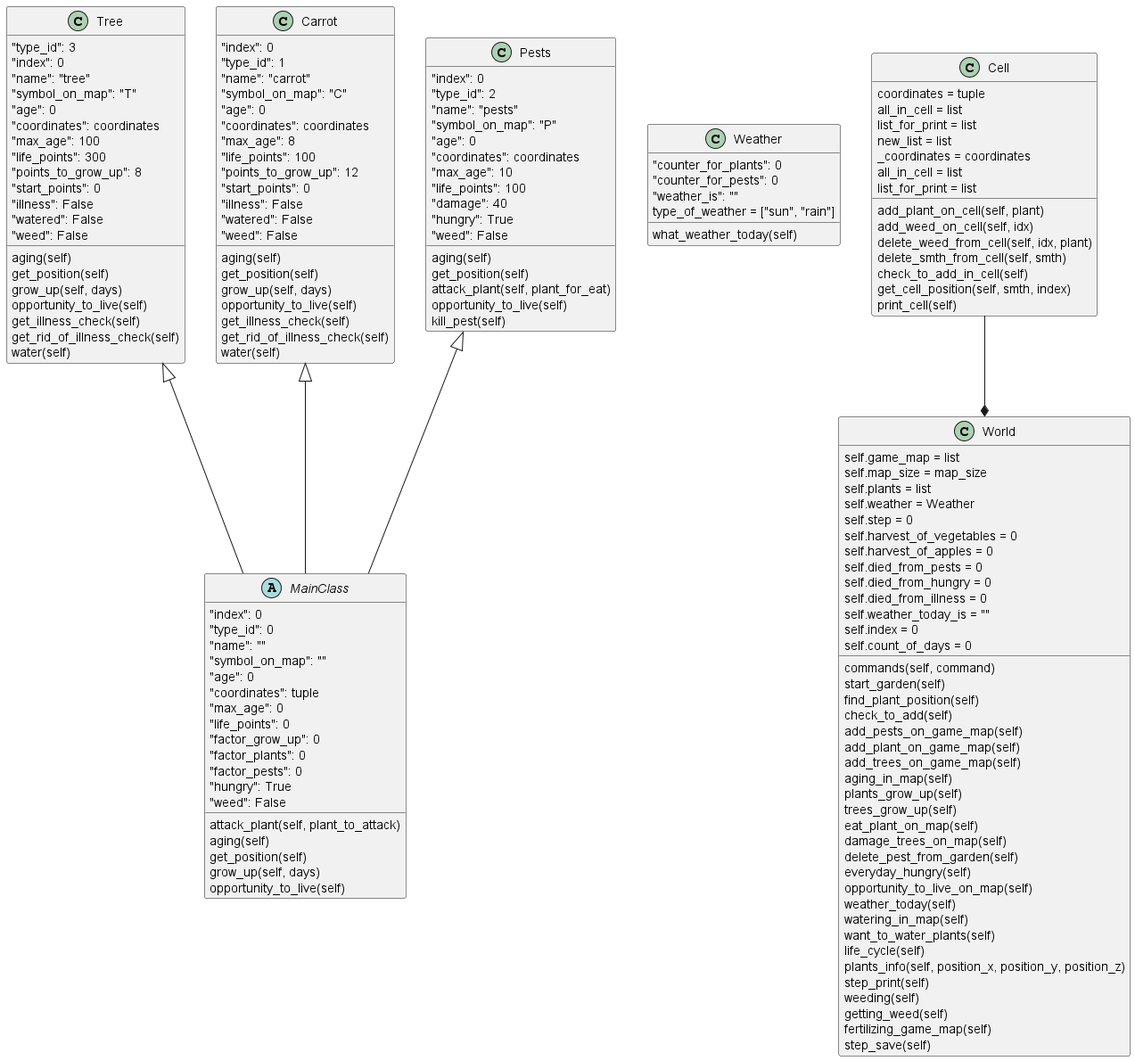
Before: 1lab_garden/class_diagrams.png, a diagram exported from PlantUML (Gol4m/Enter-name-labs).
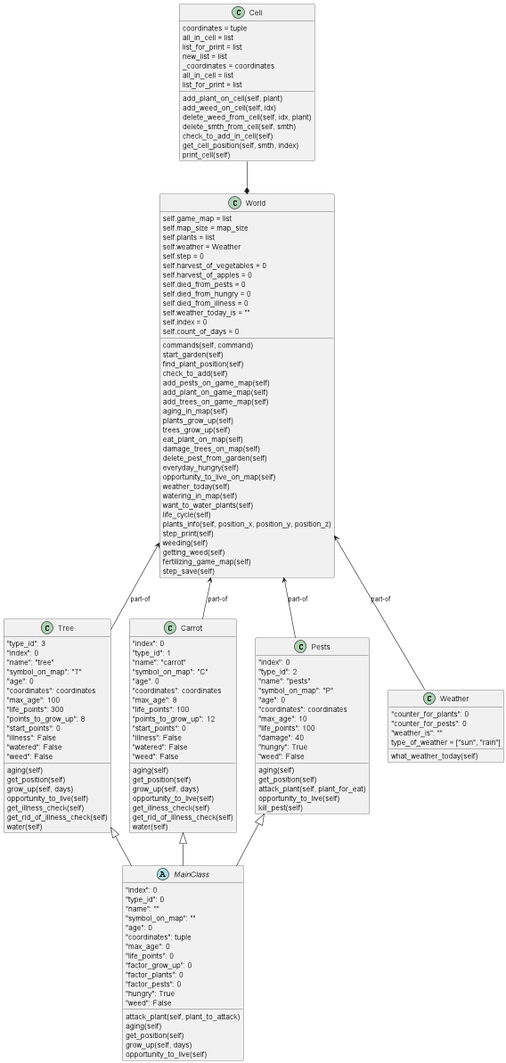
Later version of the same file.

What changed in the source:
```diff
@@ -165,4 +165,9 @@
 
 Cell --* World
 
+World <-- Weather: part-of
+World <-- Tree: part-of
+World <-- Carrot: part-of
+World <-- Pests: part-of
+
 @enduml
```
